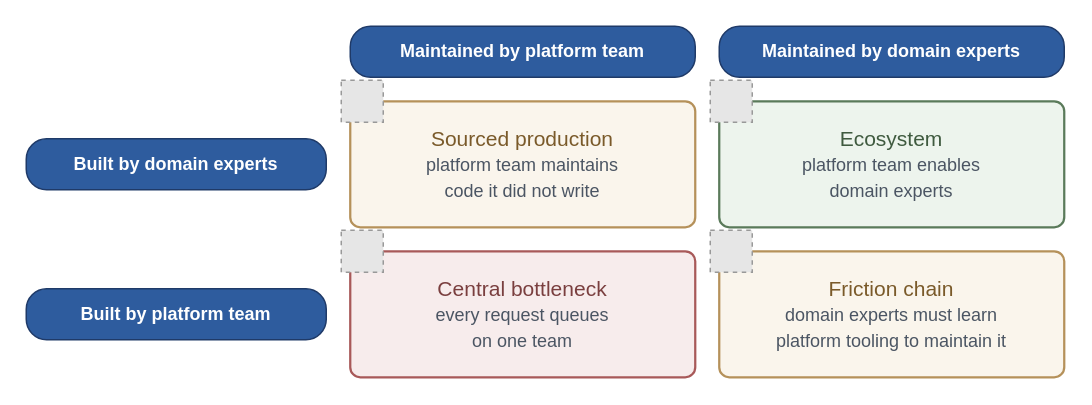
Before: page "Ownership matrix (built by x maintained by)" (3 of 18) of diagrams/pcf-community-draft.drawio in missBerg/platform-capabilities, a draw.io diagram. Source tidied: cells renumbered, new cells numbered last; positions are measured from the earlier drawing's top-left corner, leaving out a move shared by most shapes. Both pictures are drawn from the tidied source at 150%, with x=0, y=0 at pixel (26, 26). Pictures stored in the file or linked from it are replaced by grey dashed boxes.
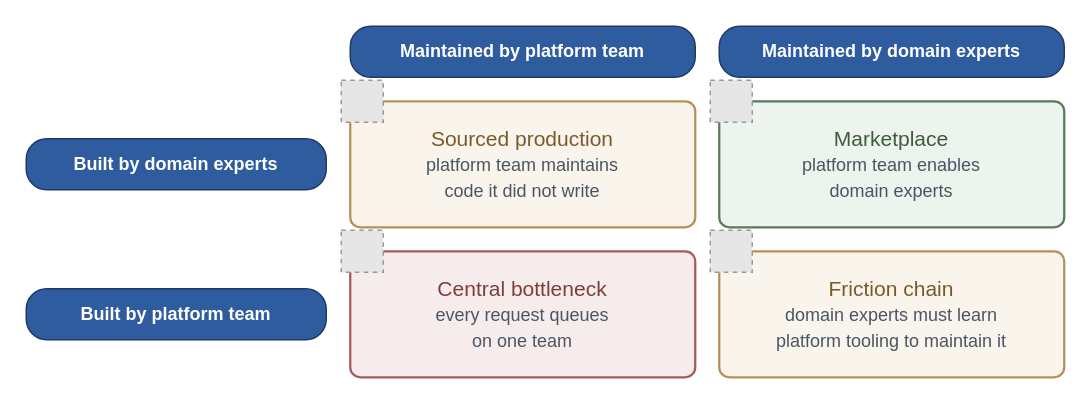
The same page after the edit.

What changed in the source:
```diff
@@
 <mxGraphModel>
   <root>
     <mxCell id="0" />
     <mxCell id="1" parent="0" />
     <mxCell id="2" value="Maintained by platform team" style="rounded=1;whiteSpace=wrap;html=1;arcSize=40;fillColor=#2E5C9E;strokeColor=#1F3A68;strokeWidth=1;fontColor=#FFFFFF;fontFamily=Helvetica;fontSize=12;fontStyle=1;align=center;verticalAlign=middle;shadow=0;" parent="1" vertex="1">
       <mxGeometry x="216" width="230" height="34" as="geometry" />
     </mxCell>
     <mxCell id="3" value="Maintained by domain experts" style="rounded=1;whiteSpace=wrap;html=1;arcSize=40;fillColor=#2E5C9E;strokeColor=#1F3A68;strokeWidth=1;fontColor=#FFFFFF;fontFamily=Helvetica;fontSize=12;fontStyle=1;align=center;verticalAlign=middle;shadow=0;" parent="1" vertex="1">
       <mxGeometry x="462" width="230" height="34" as="geometry" />
     </mxCell>
     <mxCell id="4" value="Built by domain experts" style="rounded=1;whiteSpace=wrap;html=1;arcSize=40;fillColor=#2E5C9E;strokeColor=#1F3A68;strokeWidth=1;fontColor=#FFFFFF;fontFamily=Helvetica;fontSize=12;fontStyle=1;align=center;verticalAlign=middle;shadow=0;" parent="1" vertex="1">
       <mxGeometry y="75" width="200" height="34" as="geometry" />
     </mxCell>
     <mxCell id="5" value="Sourced production&lt;br&gt;&lt;font style=&quot;font-size: 12px&quot; color=&quot;#4B5563&quot;&gt;platform team maintains&lt;br&gt;code it did not write&lt;/font&gt;" style="rounded=1;whiteSpace=wrap;html=1;arcSize=8;fillColor=#FAF5EC;strokeColor=#B5915A;strokeWidth=1.5;fontColor=#7A5A2A;fontFamily=Helvetica;fontSize=14;align=center;verticalAlign=middle;shadow=0;" parent="1" vertex="1">
       <mxGeometry x="216" y="50" width="230" height="84" as="geometry" />
     </mxCell>
     <mxCell id="6" style="fillColor=#E6E6E6;strokeColor=#999999;dashed=1;verticalLabelPosition=bottom;verticalAlign=top;align=center;fontFamily=Helvetica;fontSize=14;fontColor=#1F3A68;" parent="1" vertex="1">
       <mxGeometry x="210" y="36" width="28" height="28" as="geometry" />
     </mxCell>
-    <mxCell id="7" value="Ecosystem&lt;br&gt;&lt;font style=&quot;font-size: 12px&quot; color=&quot;#4B5563&quot;&gt;platform team enables&lt;br&gt;domain experts&lt;/font&gt;" style="rounded=1;whiteSpace=wrap;html=1;arcSize=8;strokeWidth=1.5;fontFamily=Helvetica;fontSize=14;align=center;verticalAlign=middle;shadow=0;fillColor=#EDF4ED;strokeColor=#5A7A5A;fontColor=#3F5A3F;" parent="1" vertex="1">
+    <mxCell id="7" value="Marketplace&lt;br&gt;&lt;font style=&quot;font-size: 12px&quot; color=&quot;#4B5563&quot;&gt;platform team enables&lt;br&gt;domain experts&lt;/font&gt;" style="rounded=1;whiteSpace=wrap;html=1;arcSize=8;strokeWidth=1.5;fontFamily=Helvetica;fontSize=14;align=center;verticalAlign=middle;shadow=0;fillColor=#EDF4ED;strokeColor=#5A7A5A;fontColor=#3F5A3F;" parent="1" vertex="1">
       <mxGeometry x="462" y="50" width="230" height="84" as="geometry" />
     </mxCell>
     <mxCell id="8" style="fillColor=#E6E6E6;strokeColor=#999999;dashed=1;verticalLabelPosition=bottom;verticalAlign=top;align=center;fontFamily=Helvetica;fontSize=14;fontColor=#1F3A68;" parent="1" vertex="1">
       <mxGeometry x="456" y="36" width="28" height="28" as="geometry" />
     </mxCell>
     <mxCell id="9" value="Built by platform team" style="rounded=1;whiteSpace=wrap;html=1;arcSize=40;fillColor=#2E5C9E;strokeColor=#1F3A68;strokeWidth=1;fontColor=#FFFFFF;fontFamily=Helvetica;fontSize=12;fontStyle=1;align=center;verticalAlign=middle;shadow=0;" parent="1" vertex="1">
       <mxGeometry y="175" width="200" height="34" as="geometry" />
     </mxCell>
     <mxCell id="10" value="Central bottleneck&lt;br&gt;&lt;font style=&quot;font-size: 12px&quot; color=&quot;#4B5563&quot;&gt;every request queues&lt;br&gt;on one team&lt;/font&gt;" style="rounded=1;whiteSpace=wrap;html=1;arcSize=8;strokeWidth=1.5;fontFamily=Helvetica;fontSize=14;align=center;verticalAlign=middle;shadow=0;fillColor=#F7ECEC;strokeColor=#A85959;fontColor=#7A3F3F;" parent="1" vertex="1">
       <mxGeometry x="216" y="150" width="230" height="84" as="geometry" />
     </mxCell>
     <mxCell id="11" style="fillColor=#E6E6E6;strokeColor=#999999;dashed=1;verticalLabelPosition=bottom;verticalAlign=top;align=center;fontFamily=Helvetica;fontSize=14;fontColor=#1F3A68;" parent="1" vertex="1">
       <mxGeometry x="210" y="136" width="28" height="28" as="geometry" />
     </mxCell>
     <mxCell id="12" value="Friction chain&lt;br&gt;&lt;font style=&quot;font-size: 12px&quot; color=&quot;#4B5563&quot;&gt;domain experts must learn&lt;br&gt;platform tooling to maintain it&lt;/font&gt;" style="rounded=1;whiteSpace=wrap;html=1;arcSize=8;fillColor=#FAF5EC;strokeColor=#B5915A;strokeWidth=1.5;fontColor=#7A5A2A;fontFamily=Helvetica;fontSize=14;align=center;verticalAlign=middle;shadow=0;" parent="1" vertex="1">
       <mxGeometry x="462" y="150" width="230" height="84" as="geometry" />
     </mxCell>
     <mxCell id="13" style="fillColor=#E6E6E6;strokeColor=#999999;dashed=1;verticalLabelPosition=bottom;verticalAlign=top;align=center;fontFamily=Helvetica;fontSize=14;fontColor=#1F3A68;" parent="1" vertex="1">
       <mxGeometry x="456" y="136" width="28" height="28" as="geometry" />
     </mxCell>
   </root>
 </mxGraphModel>
```
